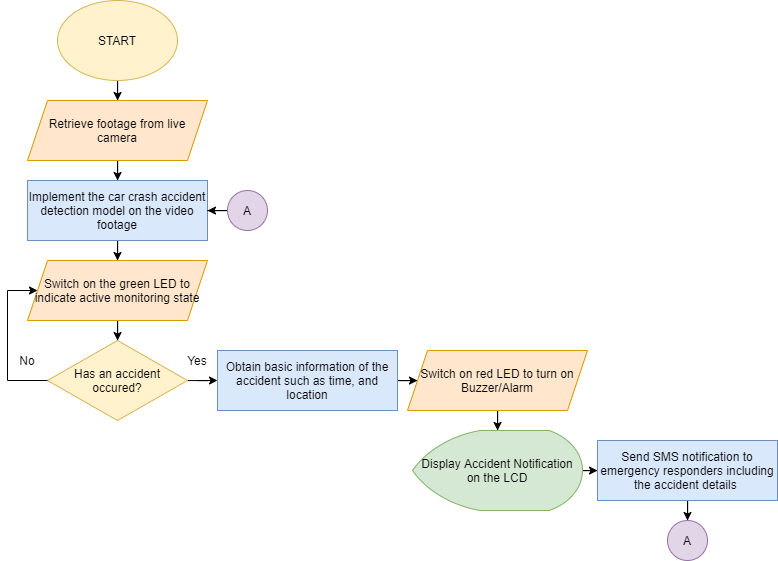
This is DrawIO/System_Flowchart-Updated.png from russellcaragay/PD-Files, a draw.io export, as it was before one commit. Source tidied: cells renumbered, new cells last; positions are measured from the earlier drawing's top-left corner, leaving out a move shared by most shapes.
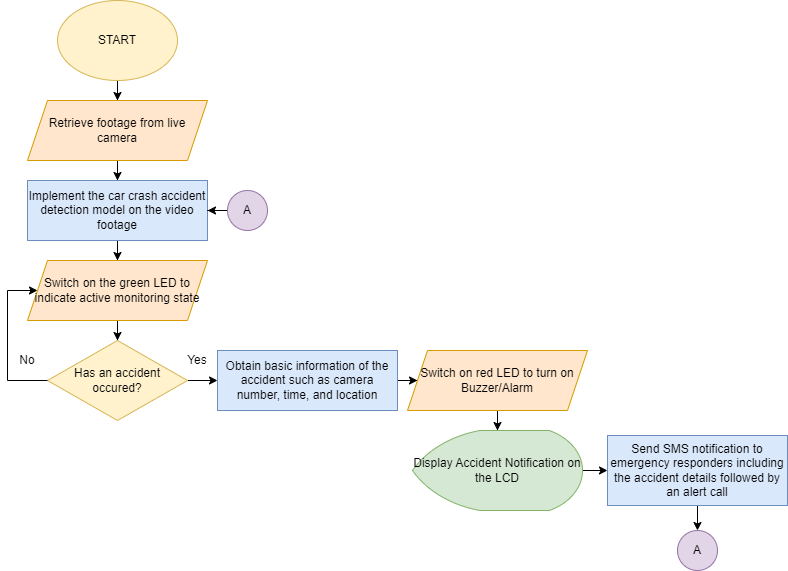
After the commit.

Change to the diagram source:
```diff
@@ -35,7 +35,7 @@
     <mxCell id="12" style="edgeStyle=orthogonalEdgeStyle;rounded=0;jettySize=auto;html=1;" parent="1" edge="1" source="13" target="15">
       <mxGeometry relative="1" as="geometry" />
     </mxCell>
-    <mxCell id="13" value="Obtain basic information of the accident such as time, and location" style="whiteSpace=wrap;html=1;fillColor=#dae8fc;strokeColor=#6c8ebf;" parent="1" vertex="1">
+    <mxCell id="13" value="Obtain basic information of the accident such as camera number, time, and location" style="whiteSpace=wrap;html=1;fillColor=#dae8fc;strokeColor=#6c8ebf;" parent="1" vertex="1">
       <mxGeometry x="210" y="350" width="180" height="60" as="geometry" />
     </mxCell>
     <mxCell id="14" style="edgeStyle=orthogonalEdgeStyle;rounded=0;jettySize=auto;html=1;" parent="1" edge="1" source="15" target="17">
@@ -53,11 +53,11 @@
     <mxCell id="18" style="edgeStyle=orthogonalEdgeStyle;rounded=0;jettySize=auto;html=1;" parent="1" edge="1" source="19" target="20">
       <mxGeometry relative="1" as="geometry" />
     </mxCell>
-    <mxCell id="19" value="Send SMS notification to emergency responders including the accident details&amp;nbsp;" style="whiteSpace=wrap;html=1;strokeWidth=1;fillColor=#dae8fc;strokeColor=#6c8ebf;" parent="1" vertex="1">
-      <mxGeometry x="590" y="440" width="180" height="60" as="geometry" />
+    <mxCell id="19" value="Send SMS notification to emergency responders including the accident details followed by an alert call" style="whiteSpace=wrap;html=1;strokeWidth=1;fillColor=#dae8fc;strokeColor=#6c8ebf;" parent="1" vertex="1">
+      <mxGeometry x="600" y="435" width="180" height="70" as="geometry" />
     </mxCell>
     <mxCell id="20" value="A" style="ellipse;whiteSpace=wrap;html=1;strokeWidth=1;fillColor=#e1d5e7;strokeColor=#9673a6;" parent="1" vertex="1">
-      <mxGeometry x="660" y="520" width="40" height="40" as="geometry" />
+      <mxGeometry x="670" y="530" width="40" height="40" as="geometry" />
     </mxCell>
     <mxCell id="21" style="edgeStyle=orthogonalEdgeStyle;rounded=0;jettySize=auto;html=1;" parent="1" edge="1" source="22" target="7">
       <mxGeometry relative="1" as="geometry" />
```
